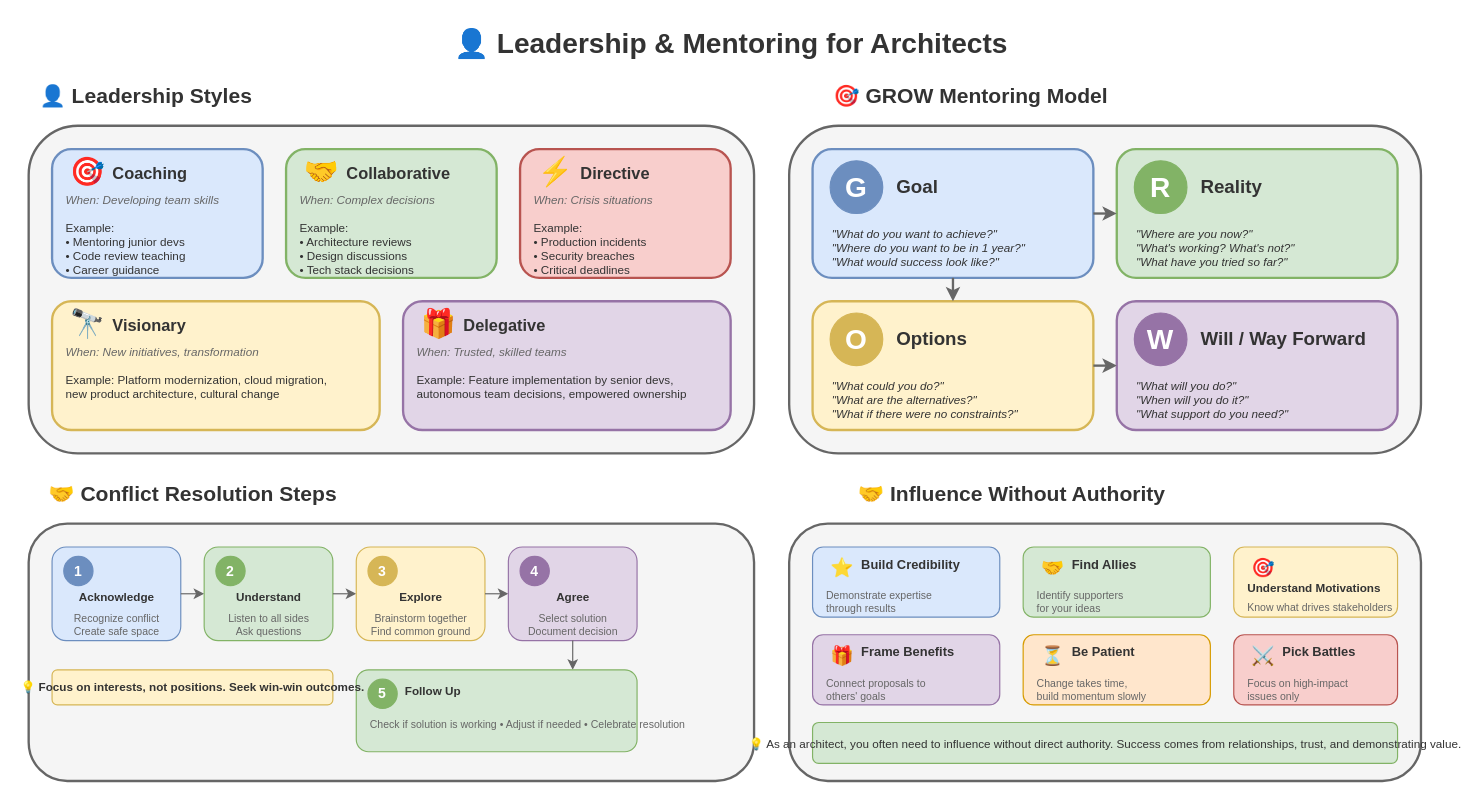
This is lesson-10-soft-skills/02-leadership/2.1-leadership-mentoring.drawio from MrParkerZ7/document-lesson-software-architect-x-claude, a draw.io file, before an edit. Source tidied: cells renumbered, new cells numbered last; positions are measured from the earlier drawing's top-left corner, leaving out a move shared by most shapes. Both pictures are drawn from the tidied source at 117%, with x=0, y=0 at pixel (28, 20).
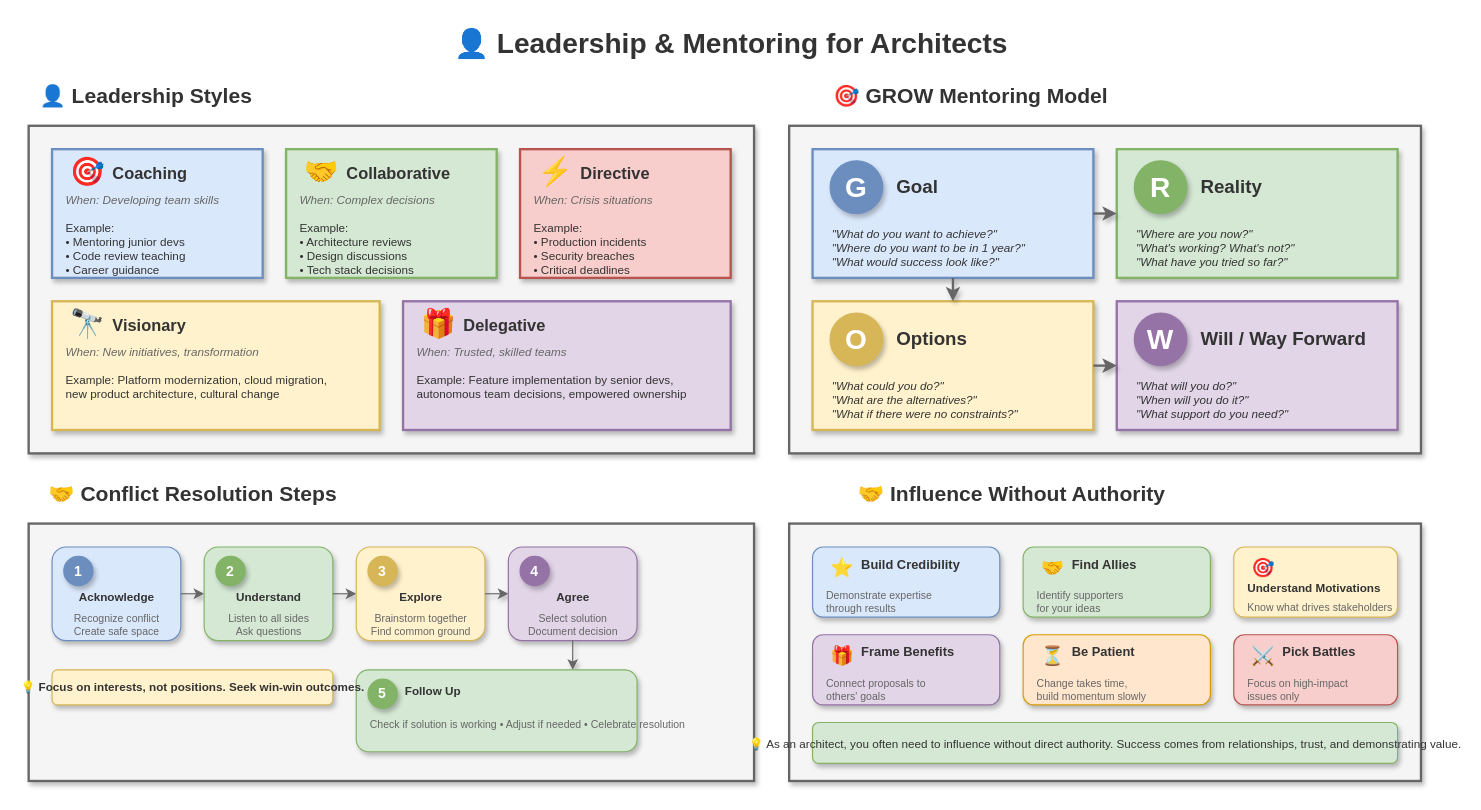
The same page after the edit.

What changed in the source:
```diff
@@
-    <mxCell id="4" style="rounded=1;whiteSpace=wrap;html=1;fillColor=#f5f5f5;strokeColor=#666666;strokeWidth=2;" parent="1" vertex="1">
+    <mxCell id="4" style="rounded=0;whiteSpace=wrap;html=1;fillColor=#f5f5f5;strokeColor=#666666;strokeWidth=2;shadow=1;" parent="1" vertex="1">
       <mxGeometry y="90" width="620" height="280" as="geometry" />
     </mxCell>
-    <mxCell id="5" style="rounded=1;whiteSpace=wrap;html=1;fillColor=#dae8fc;strokeColor=#6c8ebf;strokeWidth=2;" parent="1" vertex="1">
+    <mxCell id="5" style="rounded=0;whiteSpace=wrap;html=1;fillColor=#dae8fc;strokeColor=#6c8ebf;strokeWidth=2;shadow=1;" parent="1" vertex="1">
       <mxGeometry x="20" y="110" width="180" height="110" as="geometry" />
     </mxCell>
@@
-    <mxCell id="10" style="rounded=1;whiteSpace=wrap;html=1;fillColor=#d5e8d4;strokeColor=#82b366;strokeWidth=2;" parent="1" vertex="1">
+    <mxCell id="10" style="rounded=0;whiteSpace=wrap;html=1;fillColor=#d5e8d4;strokeColor=#82b366;strokeWidth=2;shadow=1;" parent="1" vertex="1">
       <mxGeometry x="220" y="110" width="180" height="110" as="geometry" />
     </mxCell>
@@
-    <mxCell id="15" style="rounded=1;whiteSpace=wrap;html=1;fillColor=#f8cecc;strokeColor=#b85450;strokeWidth=2;" parent="1" vertex="1">
+    <mxCell id="15" style="rounded=0;whiteSpace=wrap;html=1;fillColor=#f8cecc;strokeColor=#b85450;strokeWidth=2;shadow=1;" parent="1" vertex="1">
       <mxGeometry x="420" y="110" width="180" height="110" as="geometry" />
     </mxCell>
@@
-    <mxCell id="20" style="rounded=1;whiteSpace=wrap;html=1;fillColor=#fff2cc;strokeColor=#d6b656;strokeWidth=2;" parent="1" vertex="1">
+    <mxCell id="20" style="rounded=0;whiteSpace=wrap;html=1;fillColor=#fff2cc;strokeColor=#d6b656;strokeWidth=2;shadow=1;" parent="1" vertex="1">
       <mxGeometry x="20" y="240" width="280" height="110" as="geometry" />
     </mxCell>
@@
-    <mxCell id="25" style="rounded=1;whiteSpace=wrap;html=1;fillColor=#e1d5e7;strokeColor=#9673a6;strokeWidth=2;" parent="1" vertex="1">
+    <mxCell id="25" style="rounded=0;whiteSpace=wrap;html=1;fillColor=#e1d5e7;strokeColor=#9673a6;strokeWidth=2;shadow=1;" parent="1" vertex="1">
       <mxGeometry x="320" y="240" width="280" height="110" as="geometry" />
     </mxCell>
@@
-    <mxCell id="31" style="rounded=1;whiteSpace=wrap;html=1;fillColor=#f5f5f5;strokeColor=#666666;strokeWidth=2;" parent="1" vertex="1">
+    <mxCell id="31" style="rounded=0;whiteSpace=wrap;html=1;fillColor=#f5f5f5;strokeColor=#666666;strokeWidth=2;shadow=1;" parent="1" vertex="1">
       <mxGeometry x="650" y="90" width="540" height="280" as="geometry" />
     </mxCell>
-    <mxCell id="32" style="rounded=1;whiteSpace=wrap;html=1;fillColor=#dae8fc;strokeColor=#6c8ebf;strokeWidth=2;" parent="1" vertex="1">
+    <mxCell id="32" style="rounded=0;whiteSpace=wrap;html=1;fillColor=#dae8fc;strokeColor=#6c8ebf;strokeWidth=2;shadow=1;" parent="1" vertex="1">
       <mxGeometry x="670" y="110" width="240" height="110" as="geometry" />
     </mxCell>
-    <mxCell id="33" value="G" style="ellipse;whiteSpace=wrap;html=1;fillColor=#6c8ebf;strokeColor=#6c8ebf;fontColor=#ffffff;fontStyle=1;fontSize=24;" parent="1" vertex="1">
+    <mxCell id="33" value="G" style="ellipse;whiteSpace=wrap;html=1;fillColor=#6c8ebf;strokeColor=#6c8ebf;fontColor=#ffffff;fontStyle=1;fontSize=24;shadow=1;" parent="1" vertex="1">
       <mxGeometry x="685" y="120" width="45" height="45" as="geometry" />
     </mxCell>
@@
-    <mxCell id="36" style="rounded=1;whiteSpace=wrap;html=1;fillColor=#d5e8d4;strokeColor=#82b366;strokeWidth=2;" parent="1" vertex="1">
+    <mxCell id="36" style="rounded=0;whiteSpace=wrap;html=1;fillColor=#d5e8d4;strokeColor=#82b366;strokeWidth=2;shadow=1;" parent="1" vertex="1">
       <mxGeometry x="930" y="110" width="240" height="110" as="geometry" />
     </mxCell>
-    <mxCell id="37" value="R" style="ellipse;whiteSpace=wrap;html=1;fillColor=#82b366;strokeColor=#82b366;fontColor=#ffffff;fontStyle=1;fontSize=24;" parent="1" vertex="1">
+    <mxCell id="37" value="R" style="ellipse;whiteSpace=wrap;html=1;fillColor=#82b366;strokeColor=#82b366;fontColor=#ffffff;fontStyle=1;fontSize=24;shadow=1;" parent="1" vertex="1">
       <mxGeometry x="945" y="120" width="45" height="45" as="geometry" />
     </mxCell>
@@
-    <mxCell id="40" style="rounded=1;whiteSpace=wrap;html=1;fillColor=#fff2cc;strokeColor=#d6b656;strokeWidth=2;" parent="1" vertex="1">
+    <mxCell id="40" style="rounded=0;whiteSpace=wrap;html=1;fillColor=#fff2cc;strokeColor=#d6b656;strokeWidth=2;shadow=1;" parent="1" vertex="1">
       <mxGeometry x="670" y="240" width="240" height="110" as="geometry" />
     </mxCell>
-    <mxCell id="41" value="O" style="ellipse;whiteSpace=wrap;html=1;fillColor=#d6b656;strokeColor=#d6b656;fontColor=#ffffff;fontStyle=1;fontSize=24;" parent="1" vertex="1">
+    <mxCell id="41" value="O" style="ellipse;whiteSpace=wrap;html=1;fillColor=#d6b656;strokeColor=#d6b656;fontColor=#ffffff;fontStyle=1;fontSize=24;shadow=1;" parent="1" vertex="1">
       <mxGeometry x="685" y="250" width="45" height="45" as="geometry" />
     </mxCell>
@@
-    <mxCell id="44" style="rounded=1;whiteSpace=wrap;html=1;fillColor=#e1d5e7;strokeColor=#9673a6;strokeWidth=2;" parent="1" vertex="1">
+    <mxCell id="44" style="rounded=0;whiteSpace=wrap;html=1;fillColor=#e1d5e7;strokeColor=#9673a6;strokeWidth=2;shadow=1;" parent="1" vertex="1">
       <mxGeometry x="930" y="240" width="240" height="110" as="geometry" />
     </mxCell>
-    <mxCell id="45" value="W" style="ellipse;whiteSpace=wrap;html=1;fillColor=#9673a6;strokeColor=#9673a6;fontColor=#ffffff;fontStyle=1;fontSize=24;" parent="1" vertex="1">
+    <mxCell id="45" value="W" style="ellipse;whiteSpace=wrap;html=1;fillColor=#9673a6;strokeColor=#9673a6;fontColor=#ffffff;fontStyle=1;fontSize=24;shadow=1;" parent="1" vertex="1">
       <mxGeometry x="945" y="250" width="45" height="45" as="geometry" />
     </mxCell>
@@
-    <mxCell id="48" style="endArrow=classic;html=1;strokeWidth=2;strokeColor=#666666;" parent="1" edge="1">
+    <mxCell id="48" style="endArrow=classic;html=1;strokeWidth=2;strokeColor=#666666;shadow=1;curved=1;flowAnimation=1;jumpStyle=arc;" parent="1" edge="1">
       <mxGeometry relative="1" as="geometry">
         <mxPoint x="910" y="165" as="sourcePoint" />
         <mxPoint x="930" y="165" as="targetPoint" />
       </mxGeometry>
     </mxCell>
-    <mxCell id="49" style="endArrow=classic;html=1;strokeWidth=2;strokeColor=#666666;" parent="1" edge="1">
+    <mxCell id="49" style="endArrow=classic;html=1;strokeWidth=2;strokeColor=#666666;shadow=1;curved=1;flowAnimation=1;jumpStyle=arc;" parent="1" edge="1">
       <mxGeometry relative="1" as="geometry">
         <mxPoint x="790" y="220" as="sourcePoint" />
         <mxPoint x="790" y="240" as="targetPoint" />
       </mxGeometry>
     </mxCell>
-    <mxCell id="50" style="endArrow=classic;html=1;strokeWidth=2;strokeColor=#666666;" parent="1" edge="1">
+    <mxCell id="50" style="endArrow=classic;html=1;strokeWidth=2;strokeColor=#666666;shadow=1;curved=1;flowAnimation=1;jumpStyle=arc;" parent="1" edge="1">
       <mxGeometry relative="1" as="geometry">
         <mxPoint x="910" y="295" as="sourcePoint" />
         <mxPoint x="930" y="295" as="targetPoint" />
       </mxGeometry>
     </mxCell>
@@
-    <mxCell id="52" style="rounded=1;whiteSpace=wrap;html=1;fillColor=#f5f5f5;strokeColor=#666666;strokeWidth=2;" parent="1" vertex="1">
+    <mxCell id="52" style="rounded=0;whiteSpace=wrap;html=1;fillColor=#f5f5f5;strokeColor=#666666;strokeWidth=2;shadow=1;" parent="1" vertex="1">
       <mxGeometry y="430" width="620" height="220" as="geometry" />
     </mxCell>
-    <mxCell id="53" style="rounded=1;whiteSpace=wrap;html=1;fillColor=#dae8fc;strokeColor=#6c8ebf;strokeWidth=1;" parent="1" vertex="1">
+    <mxCell id="53" style="rounded=1;whiteSpace=wrap;html=1;fillColor=#dae8fc;strokeColor=#6c8ebf;strokeWidth=1;shadow=1;" parent="1" vertex="1">
       <mxGeometry x="20" y="450" width="110" height="80" as="geometry" />
     </mxCell>
-    <mxCell id="54" value="1" style="ellipse;whiteSpace=wrap;html=1;fillColor=#6c8ebf;strokeColor=#6c8ebf;fontColor=#ffffff;fontStyle=1;fontSize=12;" parent="1" vertex="1">
+    <mxCell id="54" value="1" style="ellipse;whiteSpace=wrap;html=1;fillColor=#6c8ebf;strokeColor=#6c8ebf;fontColor=#ffffff;fontStyle=1;fontSize=12;shadow=1;" parent="1" vertex="1">
       <mxGeometry x="30" y="458" width="25" height="25" as="geometry" />
     </mxCell>
@@
-    <mxCell id="57" style="endArrow=classic;html=1;strokeWidth=1;strokeColor=#666666;" parent="1" edge="1">
+    <mxCell id="57" style="endArrow=classic;html=1;strokeWidth=1;strokeColor=#666666;shadow=1;curved=1;flowAnimation=1;jumpStyle=arc;" parent="1" edge="1">
       <mxGeometry relative="1" as="geometry">
         <mxPoint x="130" y="490" as="sourcePoint" />
         <mxPoint x="150" y="490" as="targetPoint" />
       </mxGeometry>
     </mxCell>
-    <mxCell id="58" style="rounded=1;whiteSpace=wrap;html=1;fillColor=#d5e8d4;strokeColor=#82b366;strokeWidth=1;" parent="1" vertex="1">
+    <mxCell id="58" style="rounded=1;whiteSpace=wrap;html=1;fillColor=#d5e8d4;strokeColor=#82b366;strokeWidth=1;shadow=1;" parent="1" vertex="1">
       <mxGeometry x="150" y="450" width="110" height="80" as="geometry" />
     </mxCell>
-    <mxCell id="59" value="2" style="ellipse;whiteSpace=wrap;html=1;fillColor=#82b366;strokeColor=#82b366;fontColor=#ffffff;fontStyle=1;fontSize=12;" parent="1" vertex="1">
+    <mxCell id="59" value="2" style="ellipse;whiteSpace=wrap;html=1;fillColor=#82b366;strokeColor=#82b366;fontColor=#ffffff;fontStyle=1;fontSize=12;shadow=1;" parent="1" vertex="1">
       <mxGeometry x="160" y="458" width="25" height="25" as="geometry" />
     </mxCell>
@@
-    <mxCell id="62" style="endArrow=classic;html=1;strokeWidth=1;strokeColor=#666666;" parent="1" edge="1">
+    <mxCell id="62" style="endArrow=classic;html=1;strokeWidth=1;strokeColor=#666666;shadow=1;curved=1;flowAnimation=1;jumpStyle=arc;" parent="1" edge="1">
       <mxGeometry relative="1" as="geometry">
         <mxPoint x="260" y="490" as="sourcePoint" />
         <mxPoint x="280" y="490" as="targetPoint" />
       </mxGeometry>
     </mxCell>
-    <mxCell id="63" style="rounded=1;whiteSpace=wrap;html=1;fillColor=#fff2cc;strokeColor=#d6b656;strokeWidth=1;" parent="1" vertex="1">
+    <mxCell id="63" style="rounded=1;whiteSpace=wrap;html=1;fillColor=#fff2cc;strokeColor=#d6b656;strokeWidth=1;shadow=1;" parent="1" vertex="1">
       <mxGeometry x="280" y="450" width="110" height="80" as="geometry" />
     </mxCell>
-    <mxCell id="64" value="3" style="ellipse;whiteSpace=wrap;html=1;fillColor=#d6b656;strokeColor=#d6b656;fontColor=#ffffff;fontStyle=1;fontSize=12;" parent="1" vertex="1">
+    <mxCell id="64" value="3" style="ellipse;whiteSpace=wrap;html=1;fillColor=#d6b656;strokeColor=#d6b656;fontColor=#ffffff;fontStyle=1;fontSize=12;shadow=1;" parent="1" vertex="1">
       <mxGeometry x="290" y="458" width="25" height="25" as="geometry" />
     </mxCell>
@@
-    <mxCell id="67" style="endArrow=classic;html=1;strokeWidth=1;strokeColor=#666666;" parent="1" edge="1">
+    <mxCell id="67" style="endArrow=classic;html=1;strokeWidth=1;strokeColor=#666666;shadow=1;curved=1;flowAnimation=1;jumpStyle=arc;" parent="1" edge="1">
       <mxGeometry relative="1" as="geometry">
         <mxPoint x="390" y="490" as="sourcePoint" />
         <mxPoint x="410" y="490" as="targetPoint" />
       </mxGeometry>
     </mxCell>
-    <mxCell id="68" style="rounded=1;whiteSpace=wrap;html=1;fillColor=#e1d5e7;strokeColor=#9673a6;strokeWidth=1;" parent="1" vertex="1">
+    <mxCell id="68" style="rounded=1;whiteSpace=wrap;html=1;fillColor=#e1d5e7;strokeColor=#9673a6;strokeWidth=1;shadow=1;" parent="1" vertex="1">
       <mxGeometry x="410" y="450" width="110" height="80" as="geometry" />
     </mxCell>
-    <mxCell id="69" value="4" style="ellipse;whiteSpace=wrap;html=1;fillColor=#9673a6;strokeColor=#9673a6;fontColor=#ffffff;fontStyle=1;fontSize=12;" parent="1" vertex="1">
+    <mxCell id="69" value="4" style="ellipse;whiteSpace=wrap;html=1;fillColor=#9673a6;strokeColor=#9673a6;fontColor=#ffffff;fontStyle=1;fontSize=12;shadow=1;" parent="1" vertex="1">
       <mxGeometry x="420" y="458" width="25" height="25" as="geometry" />
     </mxCell>
@@
-    <mxCell id="72" style="endArrow=classic;html=1;strokeWidth=1;strokeColor=#666666;" parent="1" edge="1">
+    <mxCell id="72" style="endArrow=classic;html=1;strokeWidth=1;strokeColor=#666666;shadow=1;curved=1;flowAnimation=1;jumpStyle=arc;" parent="1" edge="1">
       <mxGeometry relative="1" as="geometry">
         <mxPoint x="465" y="530" as="sourcePoint" />
         <mxPoint x="465" y="555" as="targetPoint" />
       </mxGeometry>
     </mxCell>
-    <mxCell id="73" style="rounded=1;whiteSpace=wrap;html=1;fillColor=#d5e8d4;strokeColor=#82b366;strokeWidth=1;" parent="1" vertex="1">
+    <mxCell id="73" style="rounded=1;whiteSpace=wrap;html=1;fillColor=#d5e8d4;strokeColor=#82b366;strokeWidth=1;shadow=1;" parent="1" vertex="1">
       <mxGeometry x="280" y="555" width="240" height="70" as="geometry" />
     </mxCell>
-    <mxCell id="74" value="5" style="ellipse;whiteSpace=wrap;html=1;fillColor=#82b366;strokeColor=#82b366;fontColor=#ffffff;fontStyle=1;fontSize=12;" parent="1" vertex="1">
+    <mxCell id="74" value="5" style="ellipse;whiteSpace=wrap;html=1;fillColor=#82b366;strokeColor=#82b366;fontColor=#ffffff;fontStyle=1;fontSize=12;shadow=1;" parent="1" vertex="1">
       <mxGeometry x="290" y="563" width="25" height="25" as="geometry" />
     </mxCell>
@@
-    <mxCell id="77" value="💡 Focus on interests, not positions. Seek win-win outcomes." style="text;html=1;strokeColor=#d6b656;fillColor=#fff2cc;align=center;verticalAlign=middle;fontSize=10;fontStyle=1;fontColor=#333333;rounded=1;" parent="1" vertex="1">
+    <mxCell id="77" value="💡 Focus on interests, not positions. Seek win-win outcomes." style="text;html=1;strokeColor=#d6b656;fillColor=#fff2cc;align=center;verticalAlign=middle;fontSize=10;fontStyle=1;fontColor=#333333;rounded=1;shadow=1;" parent="1" vertex="1">
       <mxGeometry x="20" y="555" width="240" height="30" as="geometry" />
     </mxCell>
@@
-    <mxCell id="79" style="rounded=1;whiteSpace=wrap;html=1;fillColor=#f5f5f5;strokeColor=#666666;strokeWidth=2;" parent="1" vertex="1">
+    <mxCell id="79" style="rounded=0;whiteSpace=wrap;html=1;fillColor=#f5f5f5;strokeColor=#666666;strokeWidth=2;shadow=1;" parent="1" vertex="1">
       <mxGeometry x="650" y="430" width="540" height="220" as="geometry" />
     </mxCell>
-    <mxCell id="80" style="rounded=1;whiteSpace=wrap;html=1;fillColor=#dae8fc;strokeColor=#6c8ebf;strokeWidth=1;" parent="1" vertex="1">
+    <mxCell id="80" style="rounded=1;whiteSpace=wrap;html=1;fillColor=#dae8fc;strokeColor=#6c8ebf;strokeWidth=1;shadow=1;" parent="1" vertex="1">
       <mxGeometry x="670" y="450" width="160" height="60" as="geometry" />
     </mxCell>
@@
-    <mxCell id="84" style="rounded=1;whiteSpace=wrap;html=1;fillColor=#d5e8d4;strokeColor=#82b366;strokeWidth=1;" parent="1" vertex="1">
+    <mxCell id="84" style="rounded=1;whiteSpace=wrap;html=1;fillColor=#d5e8d4;strokeColor=#82b366;strokeWidth=1;shadow=1;" parent="1" vertex="1">
       <mxGeometry x="850" y="450" width="160" height="60" as="geometry" />
     </mxCell>
@@
-    <mxCell id="88" style="rounded=1;whiteSpace=wrap;html=1;fillColor=#fff2cc;strokeColor=#d6b656;strokeWidth=1;" parent="1" vertex="1">
+    <mxCell id="88" style="rounded=1;whiteSpace=wrap;html=1;fillColor=#fff2cc;strokeColor=#d6b656;strokeWidth=1;shadow=1;" parent="1" vertex="1">
       <mxGeometry x="1030" y="450" width="140" height="60" as="geometry" />
     </mxCell>
@@
-    <mxCell id="92" style="rounded=1;whiteSpace=wrap;html=1;fillColor=#e1d5e7;strokeColor=#9673a6;strokeWidth=1;" parent="1" vertex="1">
+    <mxCell id="92" style="rounded=1;whiteSpace=wrap;html=1;fillColor=#e1d5e7;strokeColor=#9673a6;strokeWidth=1;shadow=1;" parent="1" vertex="1">
       <mxGeometry x="670" y="525" width="160" height="60" as="geometry" />
     </mxCell>
@@
-    <mxCell id="96" style="rounded=1;whiteSpace=wrap;html=1;fillColor=#ffe6cc;strokeColor=#d79b00;strokeWidth=1;" parent="1" vertex="1">
+    <mxCell id="96" style="rounded=1;whiteSpace=wrap;html=1;fillColor=#ffe6cc;strokeColor=#d79b00;strokeWidth=1;shadow=1;" parent="1" vertex="1">
       <mxGeometry x="850" y="525" width="160" height="60" as="geometry" />
     </mxCell>
@@
-    <mxCell id="100" style="rounded=1;whiteSpace=wrap;html=1;fillColor=#f8cecc;strokeColor=#b85450;strokeWidth=1;" parent="1" vertex="1">
+    <mxCell id="100" style="rounded=1;whiteSpace=wrap;html=1;fillColor=#f8cecc;strokeColor=#b85450;strokeWidth=1;shadow=1;" parent="1" vertex="1">
       <mxGeometry x="1030" y="525" width="140" height="60" as="geometry" />
     </mxCell>
@@
-    <mxCell id="104" value="💡 As an architect, you often need to influence without direct authority. Success comes from relationships, trust, and demonstrating value." style="text;html=1;strokeColor=#82b366;fillColor=#d5e8d4;align=center;verticalAlign=middle;fontSize=10;fontColor=#333333;rounded=1;" parent="1" vertex="1">
+    <mxCell id="104" value="💡 As an architect, you often need to influence without direct authority. Success comes from relationships, trust, and demonstrating value." style="text;html=1;strokeColor=#82b366;fillColor=#d5e8d4;align=center;verticalAlign=middle;fontSize=10;fontColor=#333333;rounded=1;shadow=1;" parent="1" vertex="1">
       <mxGeometry x="670" y="600" width="500" height="35" as="geometry" />
     </mxCell>
```
